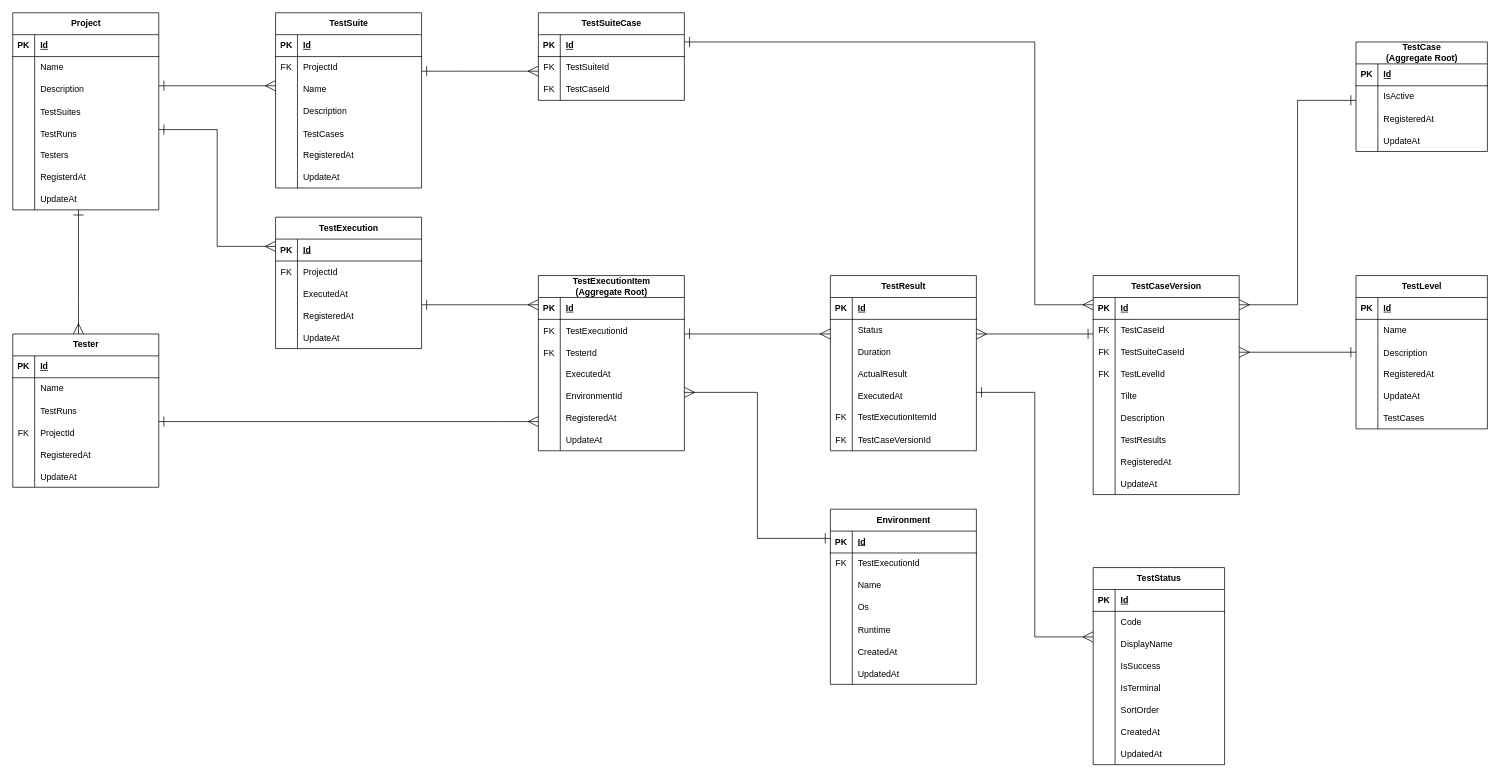
This is page "テスト結果管理" (1 of 4) of doc/design/ER_diagram.drawio from CountrySideEngineer/TestManagement, a draw.io file, before an edit. Source tidied: cells renumbered, new cells numbered last; positions are measured from the earlier drawing's top-left corner, leaving out a move shared by most shapes. Both pictures are drawn from the tidied source at 73%, with x=0, y=0 at pixel (12, 12).
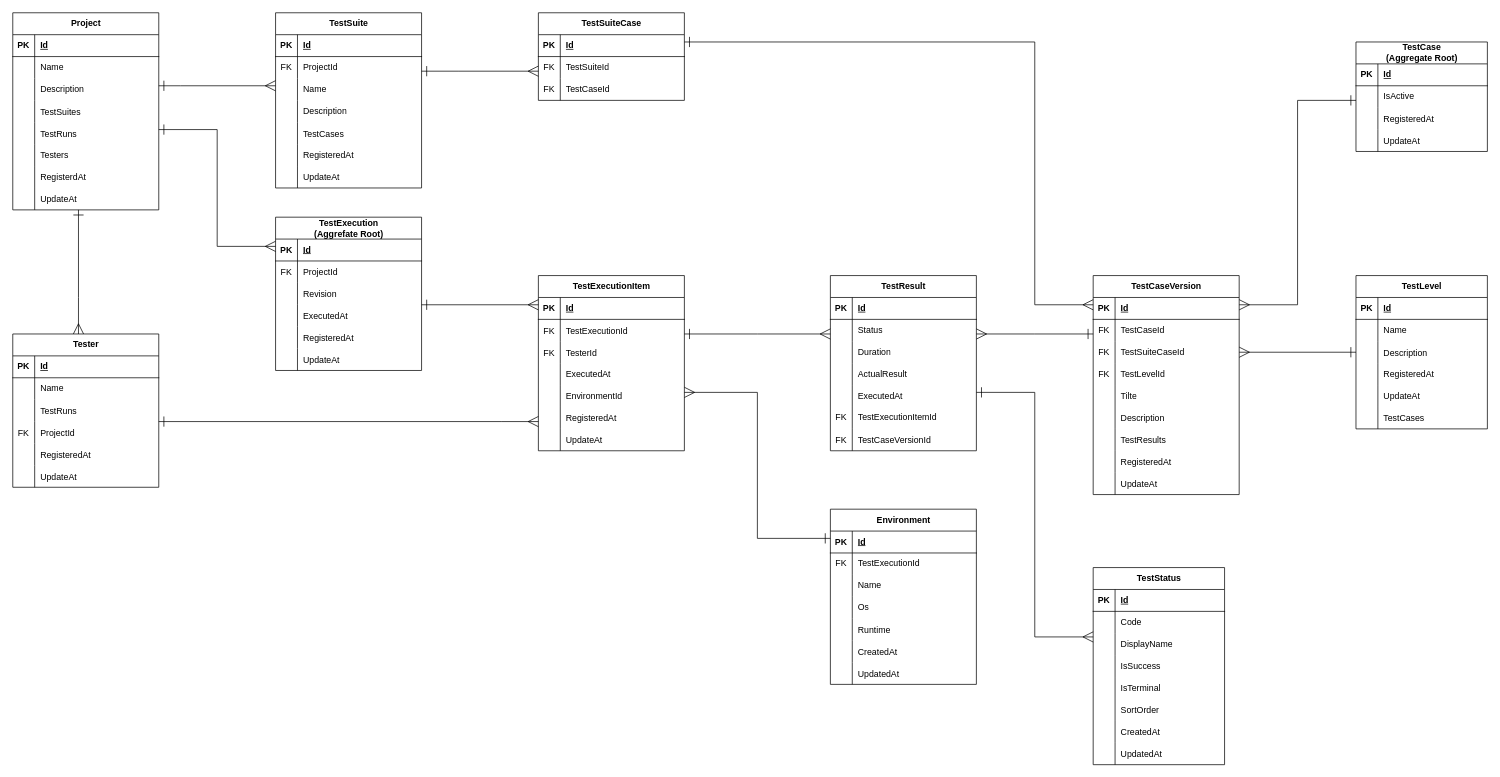
Above is the later version.

Diff of the diagram source:
```diff
@@
-    <mxCell id="18" value="TestExecution" style="shape=table;startSize=30;childLayout=tableLayout;rowLines=0;fontStyle=1;align=center;html=1;" parent="1" vertex="1">
-      <mxGeometry x="360" y="280" width="200" height="180" as="geometry" />
+    <mxCell id="18" value="TestExecution&lt;div&gt;(Aggrefate Root)&lt;/div&gt;" style="shape=table;startSize=30;childLayout=tableLayout;rowLines=0;fontStyle=1;align=center;html=1;" parent="1" vertex="1">
+      <mxGeometry x="360" y="280" width="200" height="210" as="geometry" />
     </mxCell>
@@
+    <mxCell id="258" style="shape=tableRow;horizontal=0;startSize=0;swimlaneHead=0;swimlaneBody=0;fillColor=none;top=0;left=0;right=0;bottom=0;" parent="18" vertex="1">
+      <mxGeometry y="90" width="200" height="30" as="geometry" />
+    </mxCell>
+    <mxCell id="259" style="shape=partialRectangle;fillColor=none;top=0;left=0;bottom=0;right=0;overflow=hidden;" parent="258" vertex="1">
+      <mxGeometry width="30" height="30" as="geometry" />
+    </mxCell>
+    <mxCell id="260" value="Revision" style="shape=partialRectangle;fillColor=none;top=0;left=0;bottom=0;right=0;align=left;spacingLeft=6;overflow=hidden;" parent="258" vertex="1">
+      <mxGeometry x="30" width="170" height="30" as="geometry" />
+    </mxCell>
     <mxCell id="25" style="shape=tableRow;horizontal=0;startSize=0;swimlaneHead=0;swimlaneBody=0;fillColor=none;top=0;left=0;right=0;bottom=0;" parent="18" vertex="1">
-      <mxGeometry y="90" width="200" height="30" as="geometry" />
+      <mxGeometry y="120" width="200" height="30" as="geometry" />
     </mxCell>
@@
     <mxCell id="28" style="shape=tableRow;horizontal=0;startSize=0;swimlaneHead=0;swimlaneBody=0;fillColor=none;top=0;left=0;right=0;bottom=0;" parent="18" vertex="1">
-      <mxGeometry y="120" width="200" height="30" as="geometry" />
+      <mxGeometry y="150" width="200" height="30" as="geometry" />
     </mxCell>
@@
     <mxCell id="31" style="shape=tableRow;horizontal=0;startSize=0;swimlaneHead=0;swimlaneBody=0;fillColor=none;top=0;left=0;right=0;bottom=0;" parent="18" vertex="1">
-      <mxGeometry y="150" width="200" height="30" as="geometry" />
+      <mxGeometry y="180" width="200" height="30" as="geometry" />
     </mxCell>
@@
-    <mxCell id="236" value="TestExecutionItem&lt;div&gt;(Aggregate Root)&lt;/div&gt;" style="shape=table;startSize=30;childLayout=tableLayout;rowLines=0;fontStyle=1;align=center;html=1;" parent="1" vertex="1">
+    <mxCell id="236" value="TestExecutionItem" style="shape=table;startSize=30;childLayout=tableLayout;rowLines=0;fontStyle=1;align=center;html=1;" parent="1" vertex="1">
       <mxGeometry x="720" y="360" width="200" height="240" as="geometry" />
     </mxCell>
```
